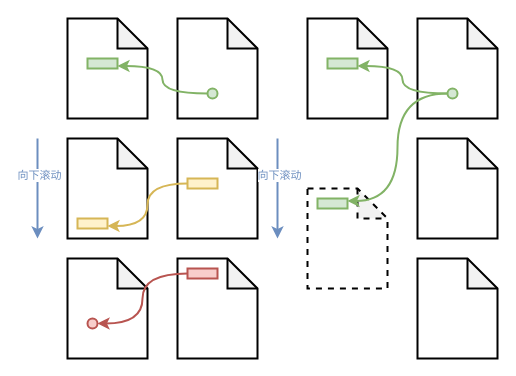
ShawnTu/git-tutorial keeps this draw.io diagram as 20250111-2.drawio. Above is the earlier version. Source tidied: cells renumbered, new cells numbered last; positions are measured from the earlier drawing's top-left corner, leaving out a move shared by most shapes. Both pictures are drawn from the tidied source at 100%, with x=0, y=0 at pixel (37, 18).
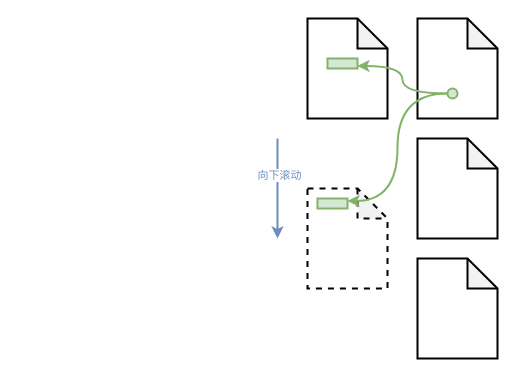
After the change.

What changed in the source:
```diff
@@
-    <mxCell id="2" style="shape=note;whiteSpace=wrap;html=1;backgroundOutline=1;darkOpacity=0.05;strokeWidth=2;" parent="1" vertex="1">
-      <mxGeometry x="30" width="80" height="100" as="geometry" />
-    </mxCell>
-    <mxCell id="3" style="shape=note;whiteSpace=wrap;html=1;backgroundOutline=1;darkOpacity=0.05;strokeWidth=2;" parent="1" vertex="1">
-      <mxGeometry x="30" y="120" width="80" height="100" as="geometry" />
-    </mxCell>
-    <mxCell id="4" style="shape=note;whiteSpace=wrap;html=1;backgroundOutline=1;darkOpacity=0.05;strokeWidth=2;" parent="1" vertex="1">
-      <mxGeometry x="30" y="240" width="80" height="100" as="geometry" />
-    </mxCell>
-    <mxCell id="5" style="rounded=0;whiteSpace=wrap;html=1;strokeWidth=2;fillColor=#d5e8d4;strokeColor=#82b366;" parent="1" vertex="1">
-      <mxGeometry x="50" y="40" width="30" height="10" as="geometry" />
-    </mxCell>
-    <mxCell id="6" style="rounded=0;whiteSpace=wrap;html=1;strokeWidth=2;fillColor=#fff2cc;strokeColor=#d6b656;" parent="1" vertex="1">
-      <mxGeometry x="40" y="200" width="30" height="10" as="geometry" />
-    </mxCell>
-    <mxCell id="7" style="shape=note;whiteSpace=wrap;html=1;backgroundOutline=1;darkOpacity=0.05;strokeWidth=2;" parent="1" vertex="1">
-      <mxGeometry x="140" width="80" height="100" as="geometry" />
-    </mxCell>
-    <mxCell id="8" style="shape=note;whiteSpace=wrap;html=1;backgroundOutline=1;darkOpacity=0.05;strokeWidth=2;" parent="1" vertex="1">
-      <mxGeometry x="140" y="120" width="80" height="100" as="geometry" />
-    </mxCell>
-    <mxCell id="9" style="shape=note;whiteSpace=wrap;html=1;backgroundOutline=1;darkOpacity=0.05;strokeWidth=2;" parent="1" vertex="1">
-      <mxGeometry x="140" y="240" width="80" height="100" as="geometry" />
-    </mxCell>
-    <mxCell id="10" style="edgeStyle=orthogonalEdgeStyle;rounded=0;jettySize=auto;html=1;entryX=1;entryY=0.75;entryDx=0;entryDy=0;curved=1;strokeWidth=2;fillColor=#fff2cc;strokeColor=#d6b656;" parent="1" edge="1" source="11" target="6">
-      <mxGeometry relative="1" as="geometry" />
-    </mxCell>
-    <mxCell id="11" style="rounded=0;whiteSpace=wrap;html=1;strokeWidth=2;fillColor=#fff2cc;strokeColor=#d6b656;" parent="1" vertex="1">
-      <mxGeometry x="150" y="160" width="30" height="10" as="geometry" />
-    </mxCell>
-    <mxCell id="12" style="edgeStyle=orthogonalEdgeStyle;rounded=0;jettySize=auto;html=1;entryX=1;entryY=0.5;entryDx=0;entryDy=0;curved=1;strokeWidth=2;fillColor=#f8cecc;strokeColor=#b85450;" parent="1" edge="1" source="13" target="16">
-      <mxGeometry relative="1" as="geometry" />
-    </mxCell>
-    <mxCell id="13" style="rounded=0;whiteSpace=wrap;html=1;strokeWidth=2;fillColor=#f8cecc;strokeColor=#b85450;" parent="1" vertex="1">
-      <mxGeometry x="150" y="250" width="30" height="10" as="geometry" />
-    </mxCell>
-    <mxCell id="14" style="edgeStyle=orthogonalEdgeStyle;rounded=0;jettySize=auto;html=1;entryX=1;entryY=0.75;entryDx=0;entryDy=0;curved=1;strokeWidth=2;fillColor=#d5e8d4;strokeColor=#82b366;" parent="1" edge="1" source="15" target="5">
-      <mxGeometry relative="1" as="geometry" />
-    </mxCell>
-    <mxCell id="15" style="ellipse;whiteSpace=wrap;html=1;strokeWidth=2;fillColor=#d5e8d4;strokeColor=#82b366;" parent="1" vertex="1">
-      <mxGeometry x="170" y="70" width="10" height="10" as="geometry" />
-    </mxCell>
-    <mxCell id="16" style="ellipse;whiteSpace=wrap;html=1;strokeWidth=2;fillColor=#f8cecc;strokeColor=#b85450;" parent="1" vertex="1">
-      <mxGeometry x="50" y="300" width="10" height="10" as="geometry" />
-    </mxCell>
-    <mxCell id="17" style="endArrow=classic;html=1;rounded=0;strokeWidth=2;fillColor=#dae8fc;strokeColor=#6c8ebf;" parent="1" edge="1">
-      <mxGeometry relative="1" as="geometry">
-        <mxPoint y="120" as="sourcePoint" />
-        <mxPoint y="220" as="targetPoint" />
-      </mxGeometry>
-    </mxCell>
-    <mxCell id="18" value="向下滚动" style="edgeLabel;html=1;align=center;verticalAlign=middle;fontColor=light-dark(#6c8ebf, #ededed);" parent="17" vertex="1">
-      <mxGeometry x="-0.28" y="1" relative="1" as="geometry" />
-    </mxCell>
```
